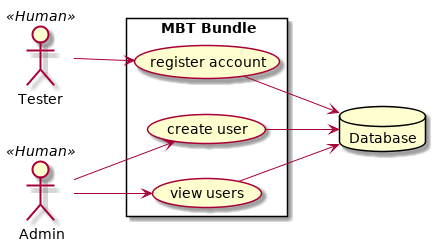
This is diagrams/users/use-case.png from tienvx/mbt-assets, a PlantUML export, as it was before one commit.
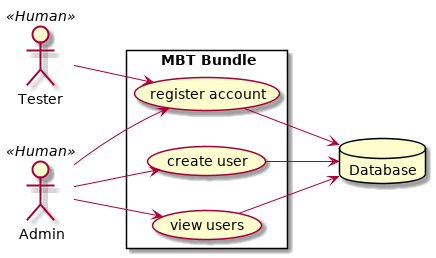
The same diagram one commit later.

The edit, as a diff of the source:
```diff
@@ -8,8 +8,9 @@
 database Database as database
 
 rectangle "MBT Bundle" {
+  tester --> (register account)
   admin --> (create user)
-  tester --> (register account)
+  admin --> (register account)
   admin --> (view users)
   (create user) --> database
   (register account) --> database
```
